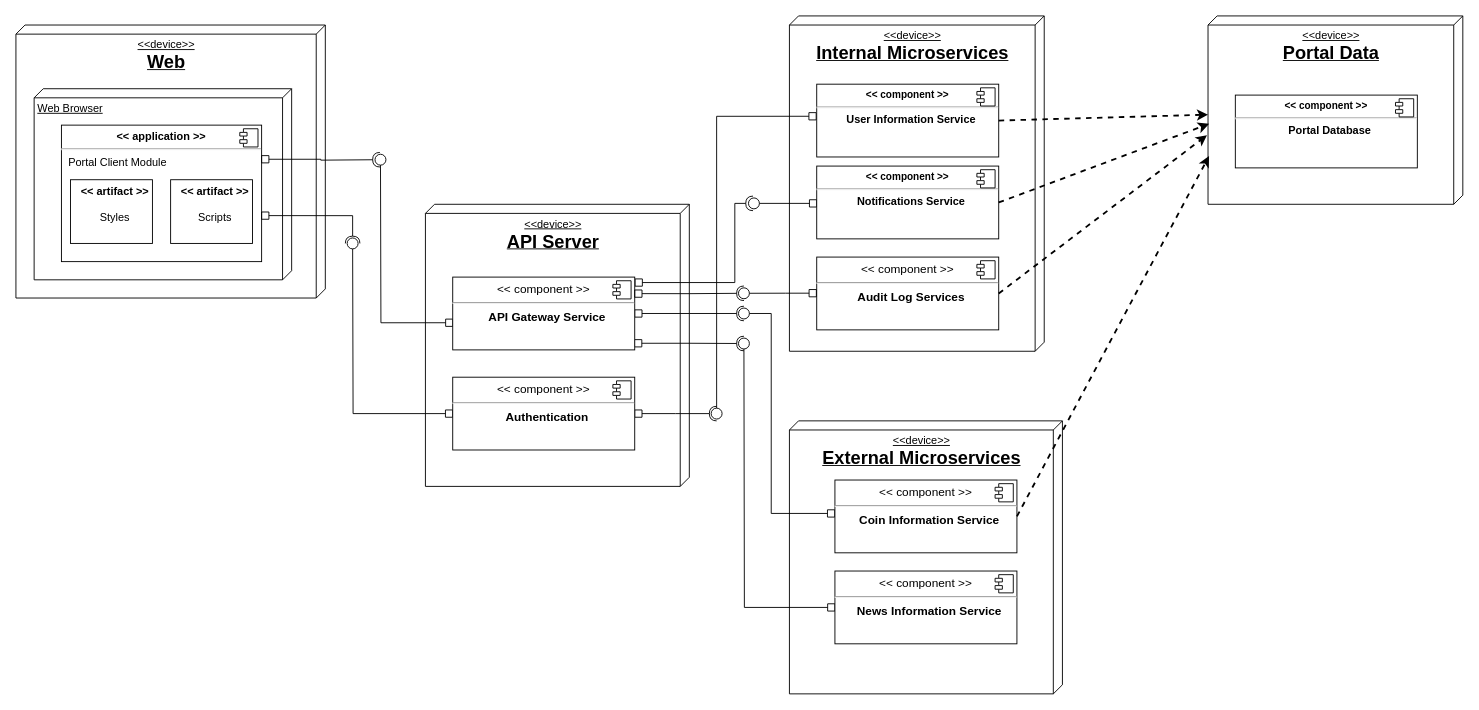
This is page "Page-1" (1 of 2) of diagrams/Deployment Diagram.drawio from bgabrielma/ES_Project, a draw.io file, before an edit. Source tidied: cells renumbered, new cells numbered last; positions are measured from the earlier drawing's top-left corner, leaving out a move shared by most shapes. Both pictures are drawn from the tidied source at 91%, with x=0, y=0 at pixel (15, 15).
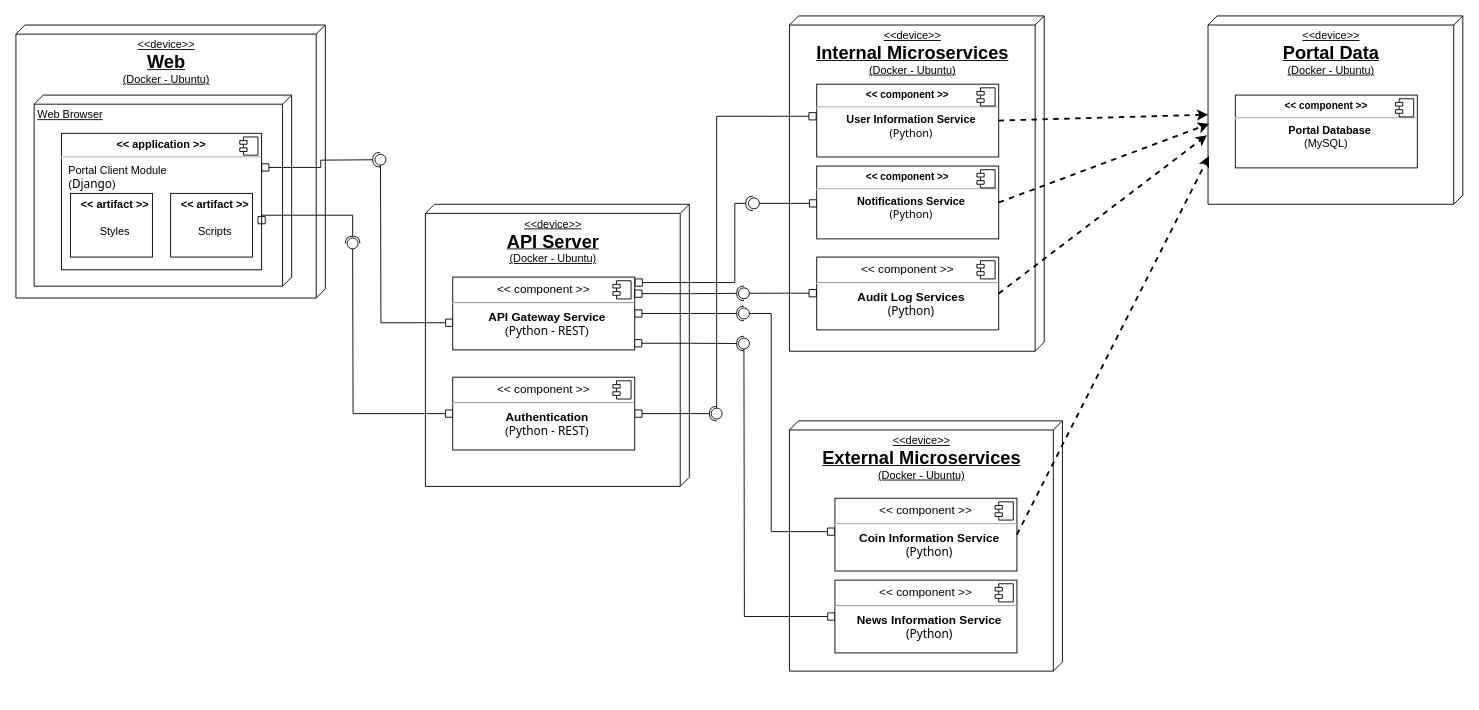
After the change.

What changed in the source:
```diff
@@
-    <mxCell id="2" value="&lt;div&gt;&amp;lt;&amp;lt;device&amp;gt;&amp;gt;&lt;/div&gt;&lt;div&gt;&lt;b&gt;&lt;font style=&quot;font-size: 20px;&quot;&gt;Web&lt;/font&gt;&lt;/b&gt;&lt;/div&gt;" style="verticalAlign=top;align=center;spacingTop=8;spacingLeft=2;spacingRight=12;shape=cube;size=10;direction=south;fontStyle=4;html=1;" parent="1" vertex="1">
+    <mxCell id="2" value="&lt;div&gt;&amp;lt;&amp;lt;device&amp;gt;&amp;gt;&lt;/div&gt;&lt;div&gt;&lt;b&gt;&lt;font style=&quot;font-size: 20px;&quot;&gt;Web&lt;/font&gt;&lt;/b&gt;&lt;/div&gt;&lt;div&gt;&lt;span style=&quot;background-color: transparent;&quot;&gt;(Docker - Ubuntu)&lt;/span&gt;&lt;/div&gt;" style="verticalAlign=top;align=center;spacingTop=8;spacingLeft=2;spacingRight=12;shape=cube;size=10;direction=south;fontStyle=4;html=1;" parent="1" vertex="1">
       <mxGeometry y="10" width="340" height="300" as="geometry" />
     </mxCell>
     <mxCell id="3" value="Web Browser" style="verticalAlign=top;align=left;spacingTop=8;spacingLeft=2;spacingRight=12;shape=cube;size=10;direction=south;fontStyle=4;html=1;" parent="1" vertex="1">
-      <mxGeometry x="20" y="80" width="283" height="210" as="geometry" />
+      <mxGeometry x="20" y="87" width="283" height="210" as="geometry" />
     </mxCell>
-    <mxCell id="4" value="&lt;p style=&quot;margin:0px;margin-top:6px;text-align:center;&quot;&gt;&lt;b&gt;&amp;lt;&amp;lt; application &amp;gt;&amp;gt;&lt;/b&gt;&lt;/p&gt;&lt;hr&gt;&lt;p style=&quot;margin:0px;margin-left:8px;&quot;&gt;Portal Client Module&lt;/p&gt;" style="align=left;overflow=fill;html=1;" parent="1" vertex="1">
-      <mxGeometry x="50" y="120" width="220" height="150" as="geometry" />
+    <mxCell id="4" value="&lt;p style=&quot;margin:0px;margin-top:6px;text-align:center;&quot;&gt;&lt;b&gt;&amp;lt;&amp;lt; application &amp;gt;&amp;gt;&lt;/b&gt;&lt;/p&gt;&lt;hr&gt;&lt;p style=&quot;margin:0px;margin-left:8px;&quot;&gt;Portal Client Module&lt;/p&gt;&lt;p style=&quot;margin:0px;margin-left:8px;&quot;&gt;&lt;span style=&quot;background-color: transparent;&quot;&gt;(&lt;span style=&quot;font-family: &amp;quot;gg sans&amp;quot;, &amp;quot;Noto Sans&amp;quot;, &amp;quot;Helvetica Neue&amp;quot;, Helvetica, Arial, sans-serif; font-size: 13px; font-style: normal; font-variant-ligatures: normal; font-variant-caps: normal; font-weight: 400; letter-spacing: normal; text-align: left; text-indent: 0px; text-transform: none; word-spacing: 0px; -webkit-text-stroke-width: 0px; text-decoration-thickness: initial; text-decoration-style: initial; text-decoration-color: initial; display: inline !important; float: none;&quot;&gt;Django&lt;/span&gt;)&lt;/span&gt;&lt;/p&gt;" style="align=left;overflow=fill;html=1;" parent="1" vertex="1">
+      <mxGeometry x="50" y="129" width="220" height="150" as="geometry" />
     </mxCell>
@@
     <mxCell id="6" value="&lt;p style=&quot;margin:0px;margin-top:6px;text-align:center;&quot;&gt;&lt;/p&gt;&lt;p style=&quot;text-align: center; margin: 0px 0px 0px 8px;&quot;&gt;&lt;b&gt;&amp;lt;&amp;lt; artifact &amp;gt;&amp;gt;&lt;/b&gt;&lt;/p&gt;&lt;p style=&quot;text-align: center; margin: 0px 0px 0px 8px;&quot;&gt;&lt;b&gt;&lt;br&gt;&lt;/b&gt;&lt;/p&gt;&lt;p style=&quot;text-align: center; margin: 0px 0px 0px 8px;&quot;&gt;Scripts&lt;/p&gt;" style="align=left;overflow=fill;html=1;" parent="4" vertex="1">
-      <mxGeometry x="120" y="60" width="90" height="70" as="geometry" />
+      <mxGeometry x="120" y="66" width="90" height="70" as="geometry" />
     </mxCell>
     <mxCell id="7" value="&lt;p style=&quot;margin:0px;margin-top:6px;text-align:center;&quot;&gt;&lt;/p&gt;&lt;p style=&quot;text-align: center; margin: 0px 0px 0px 8px;&quot;&gt;&lt;b&gt;&amp;lt;&amp;lt; artifact &amp;gt;&amp;gt;&lt;/b&gt;&lt;/p&gt;&lt;p style=&quot;text-align: center; margin: 0px 0px 0px 8px;&quot;&gt;&lt;b&gt;&lt;br&gt;&lt;/b&gt;&lt;/p&gt;&lt;p style=&quot;text-align: center; margin: 0px 0px 0px 8px;&quot;&gt;Styles&lt;/p&gt;" style="align=left;overflow=fill;html=1;" parent="1" vertex="1">
-      <mxGeometry x="60" y="180" width="90" height="70" as="geometry" />
+      <mxGeometry x="60" y="195" width="90" height="70" as="geometry" />
     </mxCell>
-    <mxCell id="8" value="&lt;div&gt;&amp;lt;&amp;lt;device&amp;gt;&amp;gt;&lt;/div&gt;&lt;div&gt;&lt;b&gt;&lt;font style=&quot;font-size: 20px;&quot;&gt;API Server&lt;/font&gt;&lt;/b&gt;&lt;/div&gt;" style="verticalAlign=top;align=center;spacingTop=8;spacingLeft=2;spacingRight=12;shape=cube;size=10;direction=south;fontStyle=4;html=1;" parent="1" vertex="1">
+    <mxCell id="8" value="&lt;div&gt;&amp;lt;&amp;lt;device&amp;gt;&amp;gt;&lt;/div&gt;&lt;div&gt;&lt;b&gt;&lt;font style=&quot;font-size: 20px;&quot;&gt;API Server&lt;/font&gt;&lt;/b&gt;&lt;/div&gt;&lt;div&gt;&lt;span style=&quot;background-color: transparent;&quot;&gt;(Docker - Ubuntu)&lt;/span&gt;&lt;/div&gt;" style="verticalAlign=top;align=center;spacingTop=8;spacingLeft=2;spacingRight=12;shape=cube;size=10;direction=south;fontStyle=4;html=1;" parent="1" vertex="1">
       <mxGeometry x="450" y="207" width="290" height="310" as="geometry" />
     </mxCell>
-    <mxCell id="9" value="&lt;div&gt;&amp;lt;&amp;lt;device&amp;gt;&amp;gt;&lt;/div&gt;&lt;div&gt;&lt;span style=&quot;font-size: 20px;&quot;&gt;&lt;b&gt;External Microservices&lt;/b&gt;&lt;/span&gt;&lt;/div&gt;" style="verticalAlign=top;align=center;spacingTop=8;spacingLeft=2;spacingRight=12;shape=cube;size=10;direction=south;fontStyle=4;html=1;" parent="1" vertex="1">
-      <mxGeometry x="850" y="445" width="300" height="300" as="geometry" />
+    <mxCell id="9" value="&lt;div&gt;&amp;lt;&amp;lt;device&amp;gt;&amp;gt;&lt;/div&gt;&lt;div&gt;&lt;span style=&quot;font-size: 20px;&quot;&gt;&lt;b&gt;External Microservices&lt;/b&gt;&lt;/span&gt;&lt;/div&gt;&lt;div&gt;&lt;span style=&quot;background-color: transparent;&quot;&gt;(Docker - Ubuntu)&lt;/span&gt;&lt;/div&gt;" style="verticalAlign=top;align=center;spacingTop=8;spacingLeft=2;spacingRight=12;shape=cube;size=10;direction=south;fontStyle=4;html=1;" parent="1" vertex="1">
+      <mxGeometry x="850" y="445" width="300" height="275" as="geometry" />
     </mxCell>
     <mxCell id="10" style="edgeStyle=orthogonalEdgeStyle;rounded=0;jettySize=auto;html=1;startArrow=box;startFill=0;endArrow=oval;endFill=0;endSize=12;sourcePerimeterSpacing=20;targetPerimeterSpacing=20;exitX=-0.001;exitY=0.459;exitDx=0;exitDy=0;exitPerimeter=0;" parent="1" edge="1" source="11">
       <mxGeometry relative="1" as="geometry">
         <mxPoint x="800" y="327" as="targetPoint" />
         <Array as="points">
-          <mxPoint x="830" y="547" />
+          <mxPoint x="830" y="567" />
           <mxPoint x="830" y="327" />
         </Array>
       </mxGeometry>
     </mxCell>
-    <mxCell id="11" value="&lt;p style=&quot;margin: 6px 0px 0px; font-size: 13px;&quot;&gt;&lt;span style=&quot;font-size: 13px;&quot;&gt;&lt;font style=&quot;font-size: 13px;&quot;&gt;&amp;lt;&amp;lt; component &amp;gt;&amp;gt;&lt;/font&gt;&lt;/span&gt;&lt;/p&gt;&lt;hr style=&quot;font-size: 13px;&quot;&gt;&lt;p style=&quot;margin: 0px 0px 0px 8px; font-size: 13px;&quot;&gt;&lt;b&gt;Coin Information Service&lt;/b&gt;&lt;/p&gt;" style="align=center;overflow=fill;html=1;fontStyle=0;fontSize=13;" parent="1" vertex="1">
-      <mxGeometry x="900" y="510" width="200" height="80" as="geometry" />
+    <mxCell id="11" value="&lt;p style=&quot;margin: 6px 0px 0px; font-size: 13px;&quot;&gt;&lt;span style=&quot;font-size: 13px;&quot;&gt;&lt;font style=&quot;font-size: 13px;&quot;&gt;&amp;lt;&amp;lt; component &amp;gt;&amp;gt;&lt;/font&gt;&lt;/span&gt;&lt;/p&gt;&lt;hr style=&quot;font-size: 13px;&quot;&gt;&lt;p style=&quot;margin: 0px 0px 0px 8px; font-size: 13px;&quot;&gt;&lt;b&gt;Coin Information Service&lt;/b&gt;&lt;/p&gt;&lt;div&gt;&lt;p style=&quot;text-align: center; margin: 0px 0px 0px 8px;&quot;&gt;&lt;span style=&quot;background-color: transparent;&quot;&gt;&lt;span style=&quot;font-family: &amp;quot;gg sans&amp;quot;, &amp;quot;Noto Sans&amp;quot;, &amp;quot;Helvetica Neue&amp;quot;, Helvetica, Arial, sans-serif; font-style: normal; font-variant-ligatures: normal; font-variant-caps: normal; letter-spacing: normal; text-align: left; text-indent: 0px; text-transform: none; word-spacing: 0px; -webkit-text-stroke-width: 0px; text-decoration-thickness: initial; text-decoration-style: initial; text-decoration-color: initial; display: inline !important; float: none;&quot;&gt;(Python)&lt;/span&gt;&lt;/span&gt;&lt;/p&gt;&lt;/div&gt;" style="align=center;overflow=fill;html=1;fontStyle=0;fontSize=13;" parent="1" vertex="1">
+      <mxGeometry x="900" y="530" width="200" height="80" as="geometry" />
     </mxCell>
@@
-    <mxCell id="14" value="&lt;p style=&quot;margin: 6px 0px 0px; font-size: 13px;&quot;&gt;&lt;span style=&quot;font-size: 13px;&quot;&gt;&lt;font style=&quot;font-size: 13px;&quot;&gt;&amp;lt;&amp;lt; component &amp;gt;&amp;gt;&lt;/font&gt;&lt;/span&gt;&lt;/p&gt;&lt;hr style=&quot;font-size: 13px;&quot;&gt;&lt;p style=&quot;margin: 0px 0px 0px 8px; font-size: 13px;&quot;&gt;&lt;b&gt;News Information Service&lt;/b&gt;&lt;/p&gt;" style="align=center;overflow=fill;html=1;fontStyle=0;fontSize=13;" parent="1" vertex="1">
-      <mxGeometry x="900" y="610" width="200" height="80" as="geometry" />
+    <mxCell id="14" value="&lt;p style=&quot;margin: 6px 0px 0px; font-size: 13px;&quot;&gt;&lt;span style=&quot;font-size: 13px;&quot;&gt;&lt;font style=&quot;font-size: 13px;&quot;&gt;&amp;lt;&amp;lt; component &amp;gt;&amp;gt;&lt;/font&gt;&lt;/span&gt;&lt;/p&gt;&lt;hr style=&quot;font-size: 13px;&quot;&gt;&lt;p style=&quot;margin: 0px 0px 0px 8px; font-size: 13px;&quot;&gt;&lt;b&gt;News Information Service&lt;/b&gt;&lt;/p&gt;&lt;div&gt;&lt;p style=&quot;text-align: center; margin: 0px 0px 0px 8px;&quot;&gt;&lt;span style=&quot;background-color: transparent;&quot;&gt;&lt;span style=&quot;font-family: &amp;quot;gg sans&amp;quot;, &amp;quot;Noto Sans&amp;quot;, &amp;quot;Helvetica Neue&amp;quot;, Helvetica, Arial, sans-serif; font-style: normal; font-variant-ligatures: normal; font-variant-caps: normal; letter-spacing: normal; text-align: left; text-indent: 0px; text-transform: none; word-spacing: 0px; -webkit-text-stroke-width: 0px; text-decoration-thickness: initial; text-decoration-style: initial; text-decoration-color: initial; display: inline !important; float: none;&quot;&gt;(Python)&lt;/span&gt;&lt;/span&gt;&lt;/p&gt;&lt;/div&gt;" style="align=center;overflow=fill;html=1;fontStyle=0;fontSize=13;" parent="1" vertex="1">
+      <mxGeometry x="900" y="620" width="200" height="80" as="geometry" />
     </mxCell>
@@
-    <mxCell id="16" value="&lt;div&gt;&amp;lt;&amp;lt;device&amp;gt;&amp;gt;&lt;/div&gt;&lt;div&gt;&lt;span style=&quot;font-size: 20px;&quot;&gt;&lt;b&gt;Internal Microservices&lt;/b&gt;&lt;/span&gt;&lt;/div&gt;" style="verticalAlign=top;align=center;spacingTop=8;spacingLeft=2;spacingRight=12;shape=cube;size=10;direction=south;fontStyle=4;html=1;" parent="1" vertex="1">
+    <mxCell id="16" value="&lt;div&gt;&amp;lt;&amp;lt;device&amp;gt;&amp;gt;&lt;/div&gt;&lt;div&gt;&lt;span style=&quot;font-size: 20px;&quot;&gt;&lt;b&gt;Internal Microservices&lt;/b&gt;&lt;/span&gt;&lt;/div&gt;&lt;div&gt;&lt;span style=&quot;background-color: transparent;&quot;&gt;(Docker - Ubuntu)&lt;/span&gt;&lt;/div&gt;" style="verticalAlign=top;align=center;spacingTop=8;spacingLeft=2;spacingRight=12;shape=cube;size=10;direction=south;fontStyle=4;html=1;" parent="1" vertex="1">
       <mxGeometry x="850" width="280" height="368.5" as="geometry" />
     </mxCell>
@@
-    <mxCell id="18" value="&lt;p style=&quot;margin: 6px 0px 0px; text-align: center; font-size: 11px;&quot;&gt;&lt;b style=&quot;&quot;&gt;&lt;font style=&quot;font-size: 11px;&quot;&gt;&amp;lt;&amp;lt; component &amp;gt;&amp;gt;&lt;/font&gt;&lt;/b&gt;&lt;/p&gt;&lt;hr style=&quot;font-size: 11px;&quot;&gt;&lt;p style=&quot;text-align: center; margin: 0px 0px 0px 8px;&quot;&gt;&lt;b&gt;User Information Service&lt;/b&gt;&lt;/p&gt;" style="align=left;overflow=fill;html=1;" parent="1" vertex="1">
+    <mxCell id="18" value="&lt;p style=&quot;margin: 6px 0px 0px; text-align: center; font-size: 11px;&quot;&gt;&lt;b style=&quot;&quot;&gt;&lt;font style=&quot;font-size: 11px;&quot;&gt;&amp;lt;&amp;lt; component &amp;gt;&amp;gt;&lt;/font&gt;&lt;/b&gt;&lt;/p&gt;&lt;hr style=&quot;font-size: 11px;&quot;&gt;&lt;p style=&quot;text-align: center; margin: 0px 0px 0px 8px;&quot;&gt;&lt;b&gt;User Information Service&lt;/b&gt;&lt;/p&gt;&lt;p style=&quot;text-align: center; margin: 0px 0px 0px 8px;&quot;&gt;&lt;span style=&quot;background-color: transparent;&quot;&gt;&lt;span style=&quot;font-family: &amp;quot;gg sans&amp;quot;, &amp;quot;Noto Sans&amp;quot;, &amp;quot;Helvetica Neue&amp;quot;, Helvetica, Arial, sans-serif; font-style: normal; font-variant-ligatures: normal; font-variant-caps: normal; letter-spacing: normal; text-align: left; text-indent: 0px; text-transform: none; word-spacing: 0px; -webkit-text-stroke-width: 0px; text-decoration-thickness: initial; text-decoration-style: initial; text-decoration-color: initial; display: inline !important; float: none;&quot;&gt;(Python)&lt;/span&gt;&lt;/span&gt;&lt;/p&gt;&lt;p style=&quot;text-align: center; margin: 0px 0px 0px 8px;&quot;&gt;&lt;/p&gt;" style="align=left;overflow=fill;html=1;" parent="1" vertex="1">
       <mxGeometry x="880" y="75" width="200" height="80" as="geometry" />
     </mxCell>
@@
-    <mxCell id="21" value="&lt;p style=&quot;margin: 6px 0px 0px; text-align: center; font-size: 11px;&quot;&gt;&lt;b style=&quot;&quot;&gt;&lt;font style=&quot;font-size: 11px;&quot;&gt;&amp;lt;&amp;lt; component &amp;gt;&amp;gt;&lt;/font&gt;&lt;/b&gt;&lt;/p&gt;&lt;hr style=&quot;font-size: 11px;&quot;&gt;&lt;p style=&quot;text-align: center; margin: 0px 0px 0px 8px;&quot;&gt;&lt;b&gt;Notifications Service&lt;/b&gt;&lt;/p&gt;" style="align=left;overflow=fill;html=1;" parent="1" vertex="1">
+    <mxCell id="21" value="&lt;p style=&quot;margin: 6px 0px 0px; text-align: center; font-size: 11px;&quot;&gt;&lt;b style=&quot;&quot;&gt;&lt;font style=&quot;font-size: 11px;&quot;&gt;&amp;lt;&amp;lt; component &amp;gt;&amp;gt;&lt;/font&gt;&lt;/b&gt;&lt;/p&gt;&lt;hr style=&quot;font-size: 11px;&quot;&gt;&lt;p style=&quot;text-align: center; margin: 0px 0px 0px 8px;&quot;&gt;&lt;b&gt;Notifications Service&lt;/b&gt;&lt;/p&gt;&lt;div&gt;&lt;p style=&quot;text-align: center; margin: 0px 0px 0px 8px;&quot;&gt;&lt;span style=&quot;background-color: transparent;&quot;&gt;&lt;span style=&quot;font-family: &amp;quot;gg sans&amp;quot;, &amp;quot;Noto Sans&amp;quot;, &amp;quot;Helvetica Neue&amp;quot;, Helvetica, Arial, sans-serif; font-style: normal; font-variant-ligatures: normal; font-variant-caps: normal; letter-spacing: normal; text-align: left; text-indent: 0px; text-transform: none; word-spacing: 0px; -webkit-text-stroke-width: 0px; text-decoration-thickness: initial; text-decoration-style: initial; text-decoration-color: initial; display: inline !important; float: none;&quot;&gt;(Python)&lt;/span&gt;&lt;/span&gt;&lt;/p&gt;&lt;/div&gt;" style="align=left;overflow=fill;html=1;" parent="1" vertex="1">
       <mxGeometry x="880" y="165" width="200" height="80" as="geometry" />
     </mxCell>
@@
-    <mxCell id="25" value="&lt;p style=&quot;margin: 6px 0px 0px; font-size: 13px;&quot;&gt;&lt;span style=&quot;font-size: 13px;&quot;&gt;&lt;font style=&quot;font-size: 13px;&quot;&gt;&amp;lt;&amp;lt; component &amp;gt;&amp;gt;&lt;/font&gt;&lt;/span&gt;&lt;/p&gt;&lt;hr style=&quot;font-size: 13px;&quot;&gt;&lt;p style=&quot;margin: 0px 0px 0px 8px; font-size: 13px;&quot;&gt;&lt;b&gt;Authentication&lt;/b&gt;&lt;/p&gt;" style="align=center;overflow=fill;html=1;fontStyle=0;fontSize=13;" parent="1" vertex="1">
+    <mxCell id="25" value="&lt;p style=&quot;margin: 6px 0px 0px; font-size: 13px;&quot;&gt;&lt;span style=&quot;font-size: 13px;&quot;&gt;&lt;font style=&quot;font-size: 13px;&quot;&gt;&amp;lt;&amp;lt; component &amp;gt;&amp;gt;&lt;/font&gt;&lt;/span&gt;&lt;/p&gt;&lt;hr style=&quot;font-size: 13px;&quot;&gt;&lt;p style=&quot;margin: 0px 0px 0px 8px; font-size: 13px;&quot;&gt;&lt;b&gt;Authentication&lt;/b&gt;&lt;/p&gt;&lt;p style=&quot;margin: 0px 0px 0px 8px; font-size: 13px;&quot;&gt;&lt;span style=&quot;background-color: transparent;&quot;&gt;(&lt;span style=&quot;font-family: &amp;quot;gg sans&amp;quot;, &amp;quot;Noto Sans&amp;quot;, &amp;quot;Helvetica Neue&amp;quot;, Helvetica, Arial, sans-serif; font-style: normal; font-variant-ligatures: normal; font-variant-caps: normal; letter-spacing: normal; text-align: left; text-indent: 0px; text-transform: none; word-spacing: 0px; -webkit-text-stroke-width: 0px; text-decoration-thickness: initial; text-decoration-style: initial; text-decoration-color: initial; display: inline !important; float: none;&quot;&gt;Python - REST&lt;/span&gt;&lt;/span&gt;)&lt;/p&gt;" style="align=center;overflow=fill;html=1;fontStyle=0;fontSize=13;" parent="1" vertex="1">
       <mxGeometry x="480" y="397" width="200" height="80" as="geometry" />
     </mxCell>
@@
-    <mxCell id="27" value="&lt;p style=&quot;margin: 6px 0px 0px; font-size: 13px;&quot;&gt;&lt;span style=&quot;font-size: 13px;&quot;&gt;&lt;font style=&quot;font-size: 13px;&quot;&gt;&amp;lt;&amp;lt; component &amp;gt;&amp;gt;&lt;/font&gt;&lt;/span&gt;&lt;/p&gt;&lt;hr style=&quot;font-size: 13px;&quot;&gt;&lt;p style=&quot;margin: 0px 0px 0px 8px; font-size: 13px;&quot;&gt;&lt;b&gt;Audit Log Services&lt;/b&gt;&lt;/p&gt;" style="align=center;overflow=fill;html=1;fontStyle=0;fontSize=13;" parent="1" vertex="1">
+    <mxCell id="27" value="&lt;p style=&quot;margin: 6px 0px 0px; font-size: 13px;&quot;&gt;&lt;span style=&quot;font-size: 13px;&quot;&gt;&lt;font style=&quot;font-size: 13px;&quot;&gt;&amp;lt;&amp;lt; component &amp;gt;&amp;gt;&lt;/font&gt;&lt;/span&gt;&lt;/p&gt;&lt;hr style=&quot;font-size: 13px;&quot;&gt;&lt;p style=&quot;margin: 0px 0px 0px 8px; font-size: 13px;&quot;&gt;&lt;b&gt;Audit Log Services&lt;/b&gt;&lt;/p&gt;&lt;p style=&quot;text-align: center; margin: 0px 0px 0px 8px;&quot;&gt;&lt;span style=&quot;background-color: transparent;&quot;&gt;&lt;span style=&quot;font-family: &amp;quot;gg sans&amp;quot;, &amp;quot;Noto Sans&amp;quot;, &amp;quot;Helvetica Neue&amp;quot;, Helvetica, Arial, sans-serif; font-style: normal; font-variant-ligatures: normal; font-variant-caps: normal; letter-spacing: normal; text-align: left; text-indent: 0px; text-transform: none; word-spacing: 0px; -webkit-text-stroke-width: 0px; text-decoration-thickness: initial; text-decoration-style: initial; text-decoration-color: initial; display: inline !important; float: none;&quot;&gt;(Python)&lt;/span&gt;&lt;/span&gt;&lt;/p&gt;&lt;p style=&quot;margin: 0px 0px 0px 8px; font-size: 13px;&quot;&gt;&lt;/p&gt;" style="align=center;overflow=fill;html=1;fontStyle=0;fontSize=13;" parent="1" vertex="1">
       <mxGeometry x="880" y="265" width="200" height="80" as="geometry" />
     </mxCell>
@@
-    <mxCell id="33" value="&lt;p style=&quot;margin: 6px 0px 0px; font-size: 13px;&quot;&gt;&lt;span style=&quot;font-size: 13px;&quot;&gt;&lt;font style=&quot;font-size: 13px;&quot;&gt;&amp;lt;&amp;lt; component &amp;gt;&amp;gt;&lt;/font&gt;&lt;/span&gt;&lt;/p&gt;&lt;hr style=&quot;font-size: 13px;&quot;&gt;&lt;p style=&quot;margin: 0px 0px 0px 8px; font-size: 13px;&quot;&gt;&lt;b&gt;API Gateway Service&lt;/b&gt;&lt;/p&gt;" style="align=center;overflow=fill;html=1;fontStyle=0;fontSize=13;" parent="1" vertex="1">
+    <mxCell id="33" value="&lt;p style=&quot;margin: 6px 0px 0px; font-size: 13px;&quot;&gt;&lt;span style=&quot;font-size: 13px;&quot;&gt;&lt;font style=&quot;font-size: 13px;&quot;&gt;&amp;lt;&amp;lt; component &amp;gt;&amp;gt;&lt;/font&gt;&lt;/span&gt;&lt;/p&gt;&lt;hr style=&quot;font-size: 13px;&quot;&gt;&lt;p style=&quot;margin: 0px 0px 0px 8px; font-size: 13px;&quot;&gt;&lt;b&gt;API Gateway Service&lt;/b&gt;&lt;/p&gt;&lt;p style=&quot;margin: 0px 0px 0px 8px; font-size: 13px;&quot;&gt;&lt;span style=&quot;background-color: transparent;&quot;&gt;(&lt;span style=&quot;font-family: &amp;quot;gg sans&amp;quot;, &amp;quot;Noto Sans&amp;quot;, &amp;quot;Helvetica Neue&amp;quot;, Helvetica, Arial, sans-serif; font-style: normal; font-variant-ligatures: normal; font-variant-caps: normal; letter-spacing: normal; text-align: left; text-indent: 0px; text-transform: none; word-spacing: 0px; -webkit-text-stroke-width: 0px; text-decoration-thickness: initial; text-decoration-style: initial; text-decoration-color: initial; display: inline !important; float: none;&quot;&gt;Python - REST&lt;/span&gt;&lt;/span&gt;)&lt;/p&gt;" style="align=center;overflow=fill;html=1;fontStyle=0;fontSize=13;" parent="1" vertex="1">
       <mxGeometry x="480" y="287" width="200" height="80" as="geometry" />
     </mxCell>
@@
-    <mxCell id="35" value="&lt;div&gt;&amp;lt;&amp;lt;device&amp;gt;&amp;gt;&lt;/div&gt;&lt;div&gt;&lt;span style=&quot;font-size: 20px;&quot;&gt;&lt;b&gt;Portal Data&lt;/b&gt;&lt;/span&gt;&lt;/div&gt;" style="verticalAlign=top;align=center;spacingTop=8;spacingLeft=2;spacingRight=12;shape=cube;size=10;direction=south;fontStyle=4;html=1;" parent="1" vertex="1">
+    <mxCell id="35" value="&lt;div&gt;&amp;lt;&amp;lt;device&amp;gt;&amp;gt;&lt;/div&gt;&lt;div&gt;&lt;span style=&quot;font-size: 20px;&quot;&gt;&lt;b&gt;Portal Data&lt;/b&gt;&lt;/span&gt;&lt;/div&gt;&lt;div&gt;&lt;span style=&quot;background-color: transparent;&quot;&gt;(Docker - Ubuntu)&lt;/span&gt;&lt;/div&gt;" style="verticalAlign=top;align=center;spacingTop=8;spacingLeft=2;spacingRight=12;shape=cube;size=10;direction=south;fontStyle=4;html=1;" parent="1" vertex="1">
       <mxGeometry x="1310" width="280" height="207" as="geometry" />
     </mxCell>
-    <mxCell id="36" value="&lt;p style=&quot;margin: 6px 0px 0px; text-align: center; font-size: 11px;&quot;&gt;&lt;b style=&quot;&quot;&gt;&lt;font style=&quot;font-size: 11px;&quot;&gt;&amp;lt;&amp;lt; component &amp;gt;&amp;gt;&lt;/font&gt;&lt;/b&gt;&lt;/p&gt;&lt;hr style=&quot;font-size: 11px;&quot;&gt;&lt;p style=&quot;text-align: center; margin: 0px 0px 0px 8px;&quot;&gt;&lt;b&gt;Portal Database&lt;/b&gt;&lt;/p&gt;" style="align=left;overflow=fill;html=1;" parent="1" vertex="1">
+    <mxCell id="36" value="&lt;p style=&quot;margin: 6px 0px 0px; text-align: center; font-size: 11px;&quot;&gt;&lt;b style=&quot;&quot;&gt;&lt;font style=&quot;font-size: 11px;&quot;&gt;&amp;lt;&amp;lt; component &amp;gt;&amp;gt;&lt;/font&gt;&lt;/b&gt;&lt;/p&gt;&lt;hr style=&quot;font-size: 11px;&quot;&gt;&lt;p style=&quot;text-align: center; margin: 0px 0px 0px 8px;&quot;&gt;&lt;b&gt;Portal Database&lt;/b&gt;&lt;/p&gt;&lt;div align=&quot;center&quot;&gt;(MySQL)&lt;b&gt;&lt;br&gt;&lt;/b&gt;&lt;/div&gt;" style="align=left;overflow=fill;html=1;" parent="1" vertex="1">
       <mxGeometry x="1340" y="87" width="200" height="80" as="geometry" />
     </mxCell>
```
